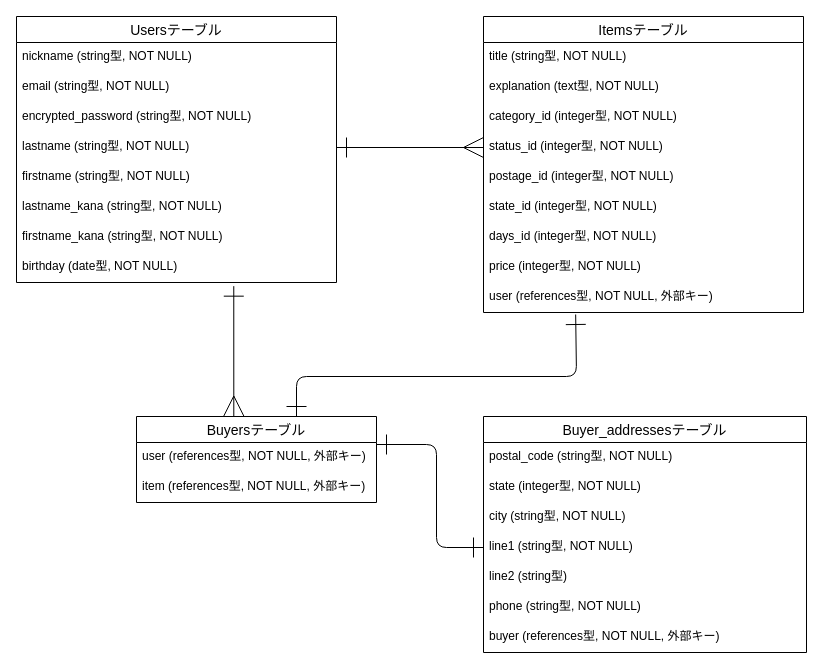
Above: test.dio in morishitami/furima-37175 (draw.io), before the change. Source tidied: cells renumbered, new cells numbered last; positions are measured from the earlier drawing's top-left corner, leaving out a move shared by most shapes. Both pictures are drawn from the tidied source at 100%, with x=0, y=0 at pixel (16, 16).
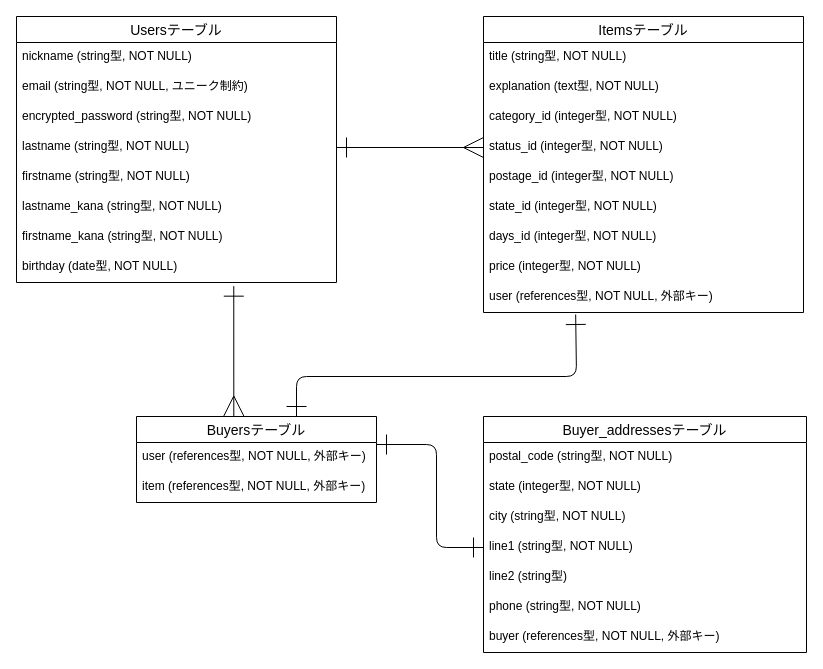
The same page after the edit.

Commit message (it also covers changes not shown here):
usersテーブルemailカラムの修正

The change refers to these unchanged cells:
```xml
<mxCell id="2" value="Usersテーブル" style="swimlane;fontStyle=0;horizontal=1;startSize=26;align=center;fontSize=14;" parent="1" vertex="1">
  <mxGeometry width="320" height="266" as="geometry" />
</mxCell>
```

Diff of the diagram source:
```diff
@@
-    <mxCell id="4" value="email (string型, NOT NULL)" style="text;strokeColor=none;fillColor=none;spacingLeft=4;spacingRight=4;overflow=hidden;fontSize=12;" parent="2" vertex="1">
+    <mxCell id="4" value="email (string型, NOT NULL, ユニーク制約)" style="text;strokeColor=none;fillColor=none;spacingLeft=4;spacingRight=4;overflow=hidden;fontSize=12;" parent="2" vertex="1">
       <mxGeometry y="56" width="320" height="30" as="geometry" />
     </mxCell>
```
